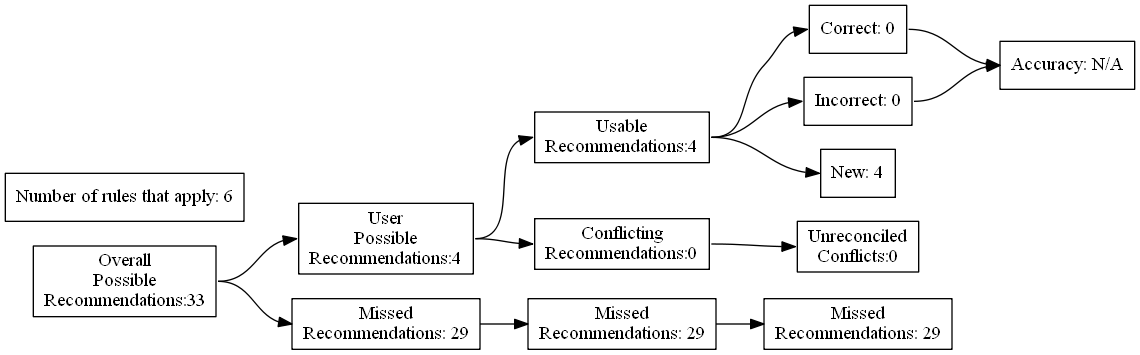
This is test_renders/75.gv.png from ZaxR/ibd_diet_analysis, a Graphviz export, as it was before one commit. Its source is kept beside it as test_renders/75.gv.
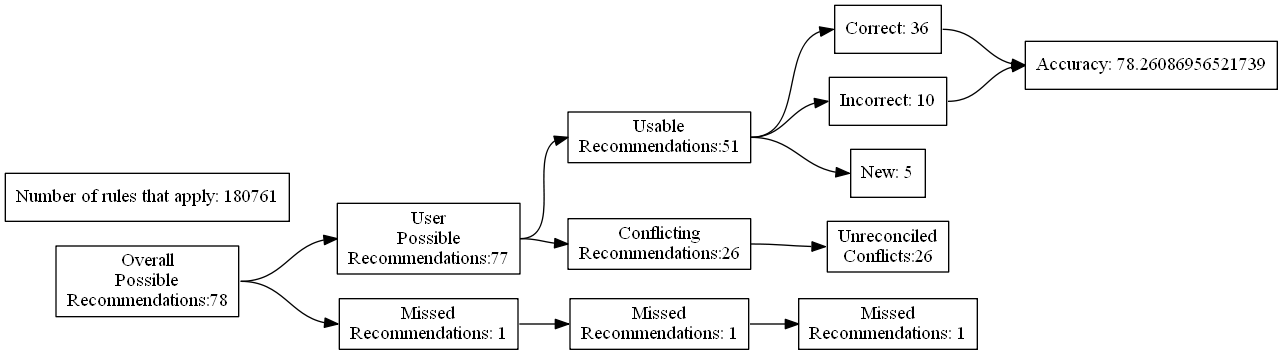
Later version of the same file.

Diff of the diagram source:
```diff
@@ -4,27 +4,27 @@
 	edge [headport=w tailport=e]
 		A [label="Overall
 Possible
-Recommendations:33"]
+Recommendations:78"]
 		B [label="User
 Possible
-Recommendations:4"]
+Recommendations:77"]
 		C [label="Missed
-Recommendations: 29"]
+Recommendations: 1"]
 		D [label="Usable
-Recommendations:4"]
+Recommendations:51"]
 		E [label="Conflicting
-Recommendations:0"]
+Recommendations:26"]
 		J [label="Missed
-Recommendations: 29"]
+Recommendations: 1"]
 		M [label="Unreconciled
-Conflicts:0"]
-		F [label="Correct: 0"]
-		G [label="Incorrect: 0"]
-		H [label="New: 4"]
+Conflicts:26"]
+		F [label="Correct: 36"]
+		G [label="Incorrect: 10"]
+		H [label="New: 5"]
 		K [label="Missed
-Recommendations: 29"]
-		I [label="Accuracy: N/A"]
-		l [label="Number of rules that apply: 6"]
+Recommendations: 1"]
+		I [label="Accuracy: 78.26086956521739"]
+		l [label="Number of rules that apply: 180761"]
 			A -> B
 			A -> C
 			B -> D
```
